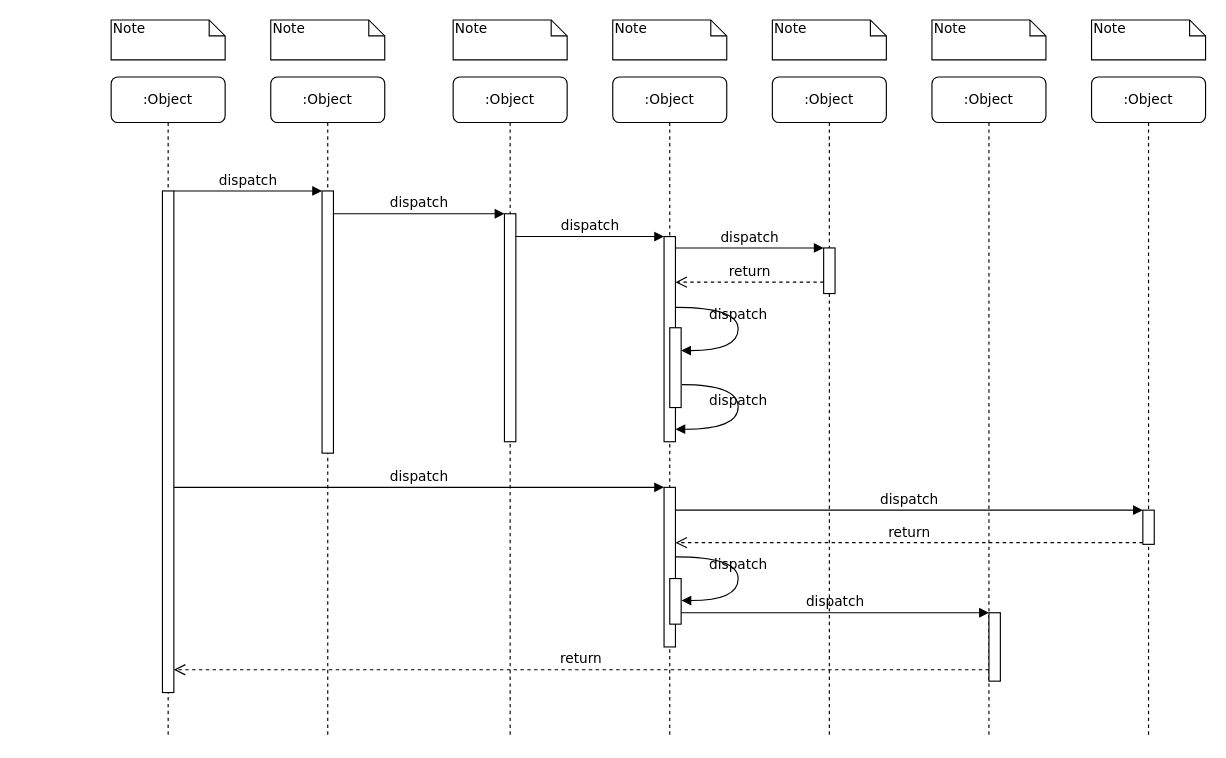
Before: 未命名绘图.drawio in RIKKAMAYYA/mytest, a draw.io diagram. Source tidied: cells renumbered, new cells numbered last; positions are measured from the earlier drawing's top-left corner, leaving out a move shared by most shapes. Both pictures are drawn from the tidied source at 114%, with x=0, y=0 at pixel (111, 19).
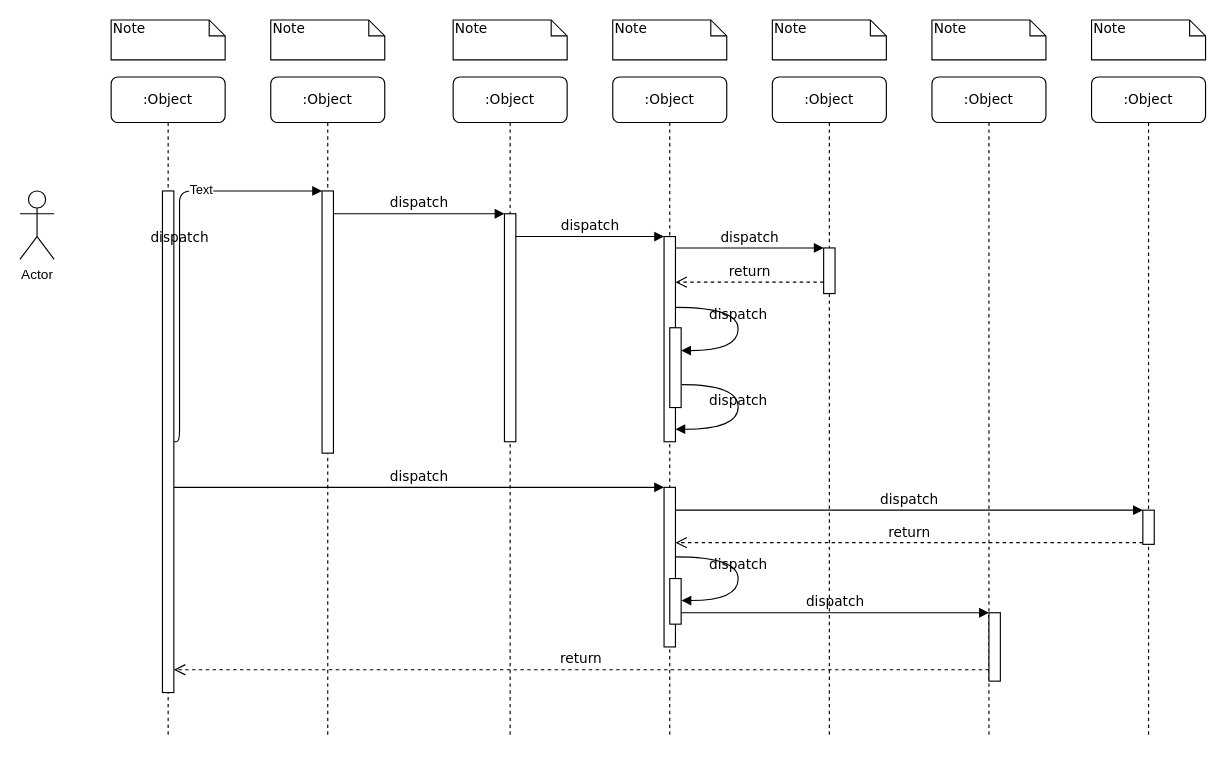
The same page after the edit.

Commit message:
更新未命名绘图.drawio

Unchanged cells that the change refers to:
```xml
<mxCell id="3" style="html=1;points=[];perimeter=orthogonalPerimeter;rounded=0;shadow=0;comic=0;labelBackgroundColor=none;strokeWidth=1;fontFamily=Verdana;fontSize=12;align=center;" parent="2" vertex="1">
  <mxGeometry x="45" y="100" width="10" height="230" as="geometry" />
</mxCell>
<mxCell id="11" style="html=1;points=[];perimeter=orthogonalPerimeter;rounded=0;shadow=0;comic=0;labelBackgroundColor=none;strokeWidth=1;fontFamily=Verdana;fontSize=12;align=center;" parent="10" vertex="1">
  <mxGeometry x="45" y="100" width="10" height="440" as="geometry" />
</mxCell>
```

Diff of the diagram source:
```diff
@@
-    <mxCell id="25" value="dispatch" style="html=1;verticalAlign=bottom;endArrow=block;entryX=0;entryY=0;labelBackgroundColor=none;fontFamily=Verdana;fontSize=12;edgeStyle=elbowEdgeStyle;elbow=vertical;" parent="1" edge="1" source="11" target="3">
-      <mxGeometry relative="1" as="geometry" />
+    <mxCell id="25" value="dispatch" style="html=1;verticalAlign=bottom;endArrow=block;entryX=0;entryY=0;labelBackgroundColor=none;fontFamily=Verdana;fontSize=12;edgeStyle=elbowEdgeStyle;elbow=horizontal;" parent="1" edge="1" source="11" target="3">
+      <mxGeometry relative="1" as="geometry">
+        <Array as="points">
+          <mxPoint x="60" y="370" />
+        </Array>
+      </mxGeometry>
     </mxCell>
+    <mxCell id="39" value="Text" style="edgeLabel;html=1;align=center;verticalAlign=middle;" parent="25" vertex="1">
+      <mxGeometry x="0.39" y="2" relative="1" as="geometry" />
+    </mxCell>
@@
+    <mxCell id="40" value="Actor" style="shape=umlActor;verticalLabelPosition=bottom;verticalAlign=top;html=1;" parent="1" vertex="1">
+      <mxGeometry x="-80" y="150" width="30" height="60" as="geometry" />
+    </mxCell>
```
